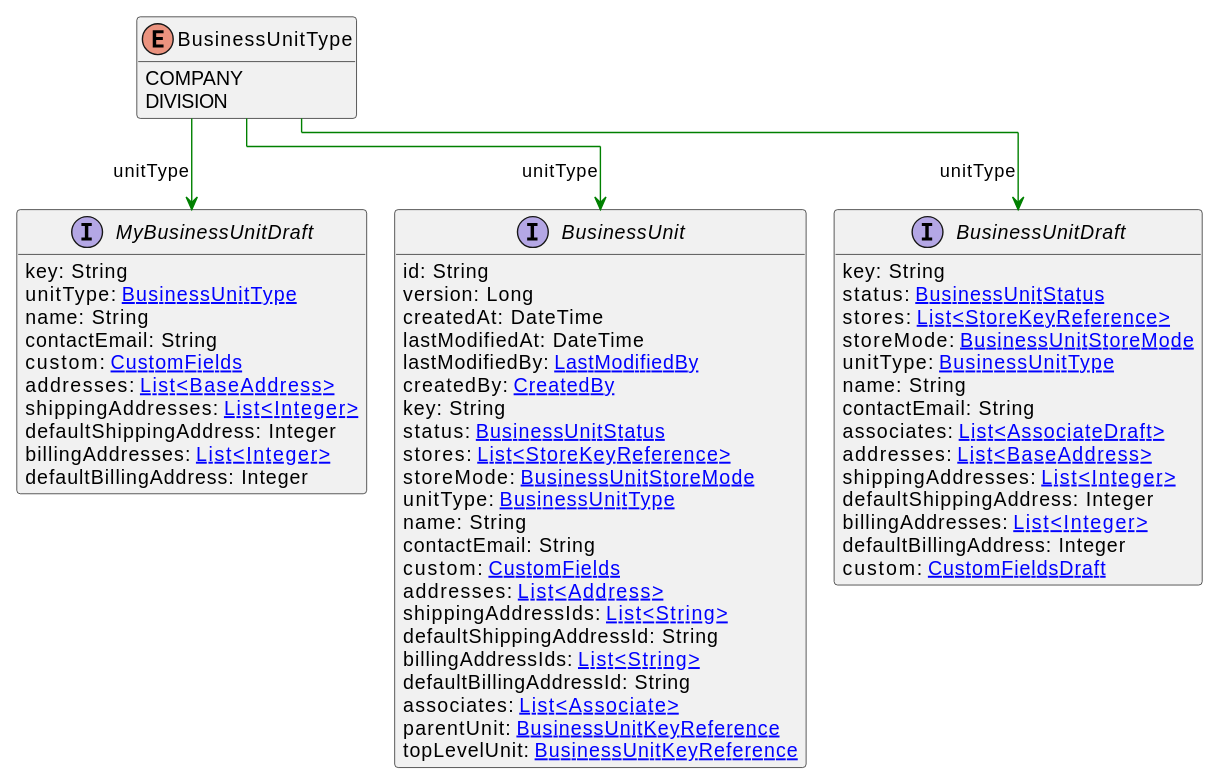
Above: uml/api/svg/BusinessUnitType.svg in commercetools/commercetools-api-reference (PlantUML), before the change.
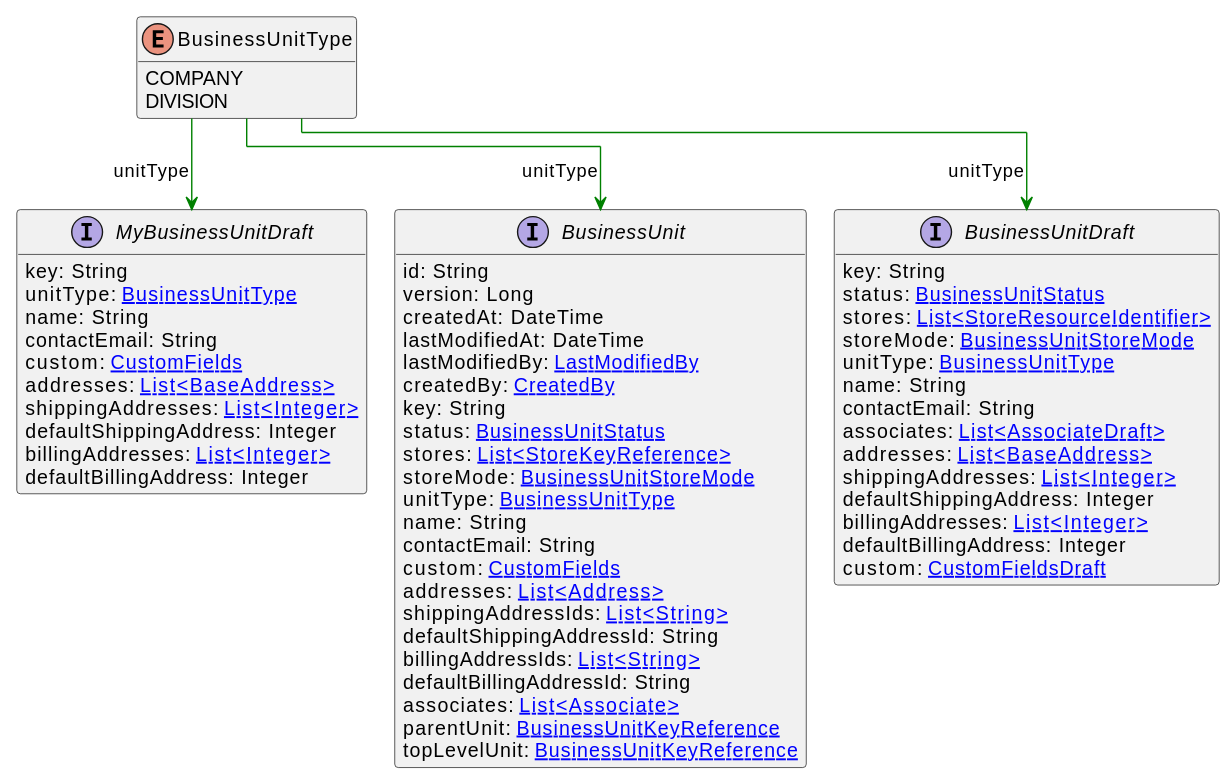
The same diagram one commit later.

What changed in the source:
```diff
@@ -32,7 +32,7 @@
 interface BusinessUnitDraft [[BusinessUnitDraft.svg]]  {
     key: String
     status: [[BusinessUnitStatus.svg BusinessUnitStatus]]
-    stores: [[StoreKeyReference.svg List<StoreKeyReference>]]
+    stores: [[StoreResourceIdentifier.svg List<StoreResourceIdentifier>]]
     storeMode: [[BusinessUnitStoreMode.svg BusinessUnitStoreMode]]
     unitType: [[BusinessUnitType.svg BusinessUnitType]]
     name: String
```
